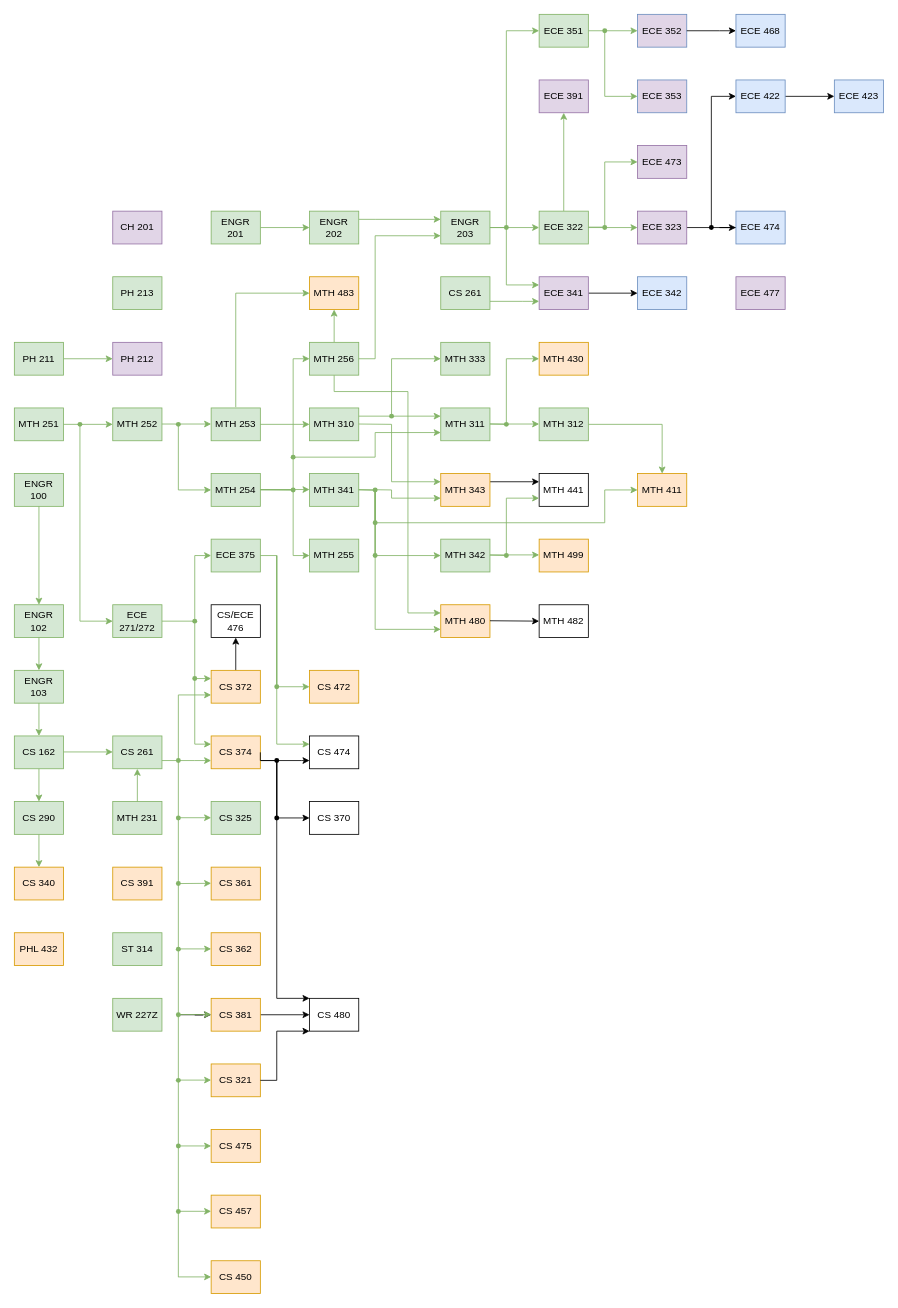
The draw.io diagram Classes.drawio in Jonas-Carew/Class-Flowchart, before the edit. Source tidied: cells renumbered, new cells numbered last; positions are measured from the earlier drawing's top-left corner, leaving out a move shared by most shapes. Both pictures are drawn from the tidied source at 82%, with x=0, y=0 at pixel (14, 14).
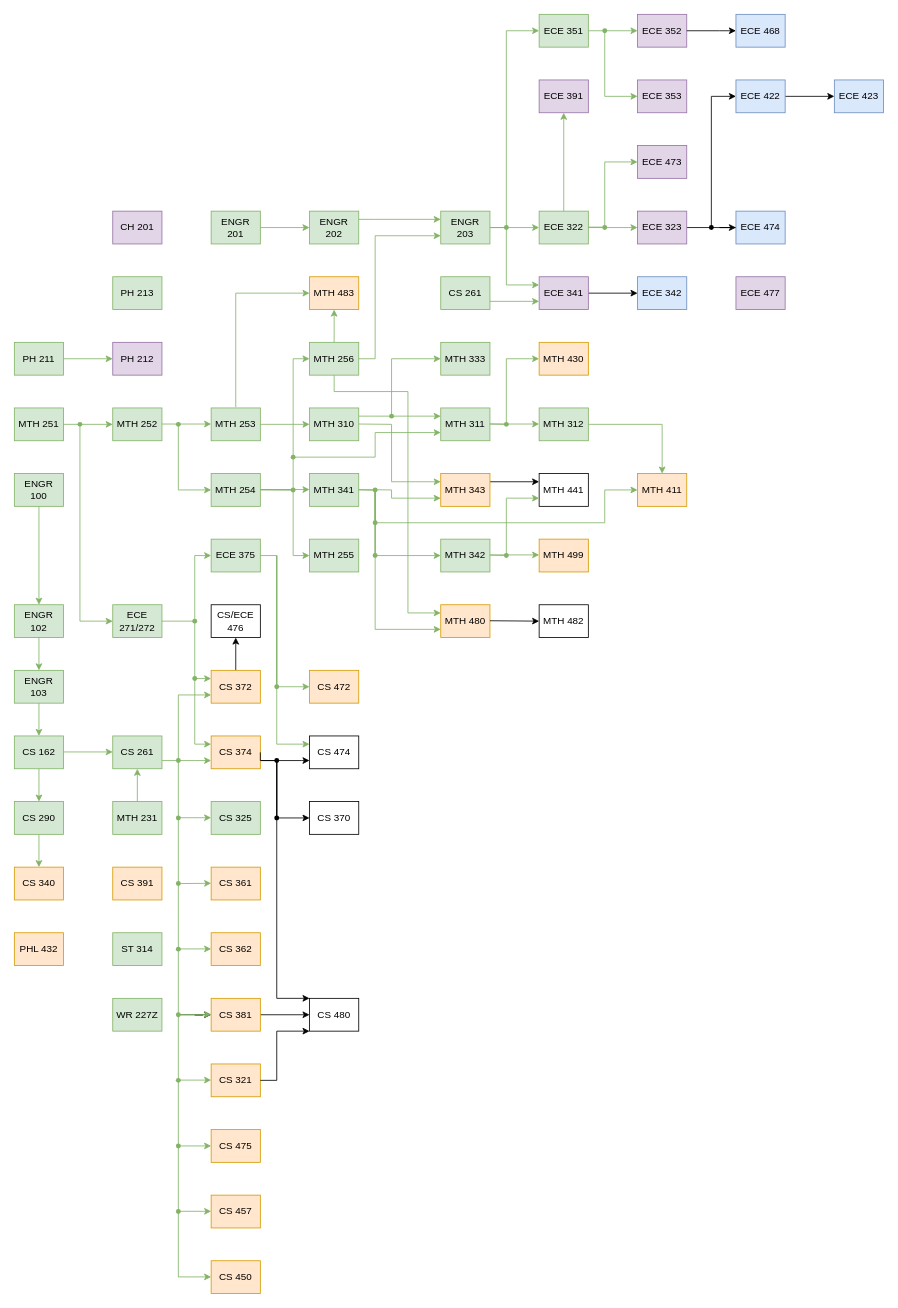
The same diagram, later.

What changed in the source:
```diff
@@
-    <mxCell id="110" value="ECE 352" style="rounded=0;whiteSpace=wrap;html=1;fillColor=#E1D5E7;strokeColor=#6c8ebf;" parent="1" vertex="1">
+    <mxCell id="110" value="ECE 352" style="rounded=0;whiteSpace=wrap;html=1;fillColor=#e1d5e7;strokeColor=#9673a6;" parent="1" vertex="1">
       <mxGeometry x="760" width="60" height="40" as="geometry" />
     </mxCell>
@@
-    <mxCell id="114" value="ECE 353" style="rounded=0;whiteSpace=wrap;html=1;fillColor=#E1D5E7;strokeColor=#6c8ebf;" parent="1" vertex="1">
+    <mxCell id="114" value="ECE 353" style="rounded=0;whiteSpace=wrap;html=1;fillColor=#e1d5e7;strokeColor=#9673a6;" parent="1" vertex="1">
       <mxGeometry x="760" y="80" width="60" height="40" as="geometry" />
     </mxCell>
```
